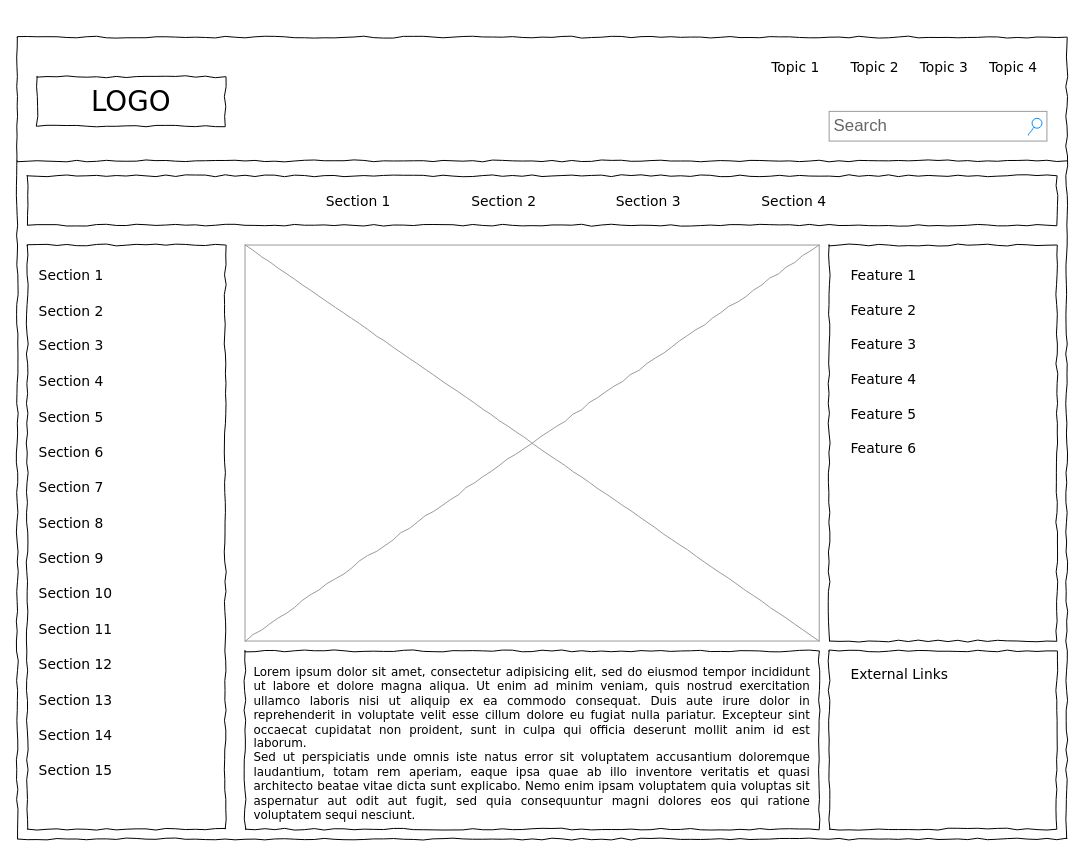
Janani-Manoharan/CovidDots keeps this draw.io diagram as Untitled Diagram.drawio. Above is the earlier version. Source tidied: cells renumbered, new cells numbered last; positions are measured from the earlier drawing's top-left corner, leaving out a move shared by most shapes. Both pictures are drawn from the tidied source at 99%, with x=0, y=0 at pixel (17, 37). Pictures stored in the file or linked from it are replaced by grey dashed boxes.
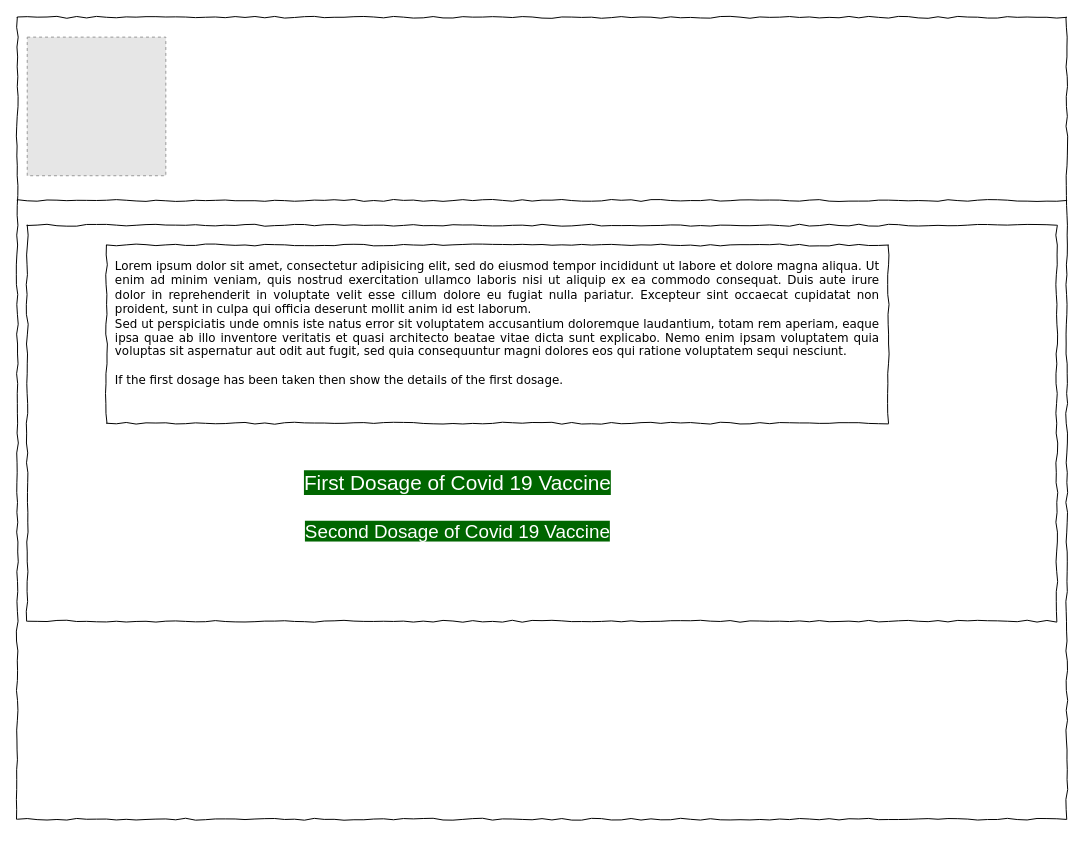
Above is the later version.

What changed in the source:
```diff
@@
     <mxCell id="2" style="whiteSpace=wrap;html=1;rounded=0;shadow=0;labelBackgroundColor=none;strokeColor=#000000;strokeWidth=1;fillColor=none;fontFamily=Verdana;fontSize=12;fontColor=#000000;align=center;comic=1;" parent="1" vertex="1">
-      <mxGeometry width="1060" height="810" as="geometry" />
+      <mxGeometry y="-20" width="1060" height="810" as="geometry" />
     </mxCell>
-    <mxCell id="3" value="LOGO" style="whiteSpace=wrap;html=1;rounded=0;shadow=0;labelBackgroundColor=none;strokeWidth=1;fontFamily=Verdana;fontSize=28;align=center;comic=1;" parent="1" vertex="1">
-      <mxGeometry x="20" y="40" width="190" height="50" as="geometry" />
-    </mxCell>
-    <mxCell id="4" value="Search" style="strokeWidth=1;shadow=0;dashed=0;align=center;html=1;shape=mxgraph.mockup.forms.searchBox;strokeColor=#999999;mainText=;strokeColor2=#008cff;fontColor=#666666;fontSize=17;align=left;spacingLeft=3;rounded=0;labelBackgroundColor=none;comic=1;" parent="1" vertex="1">
-      <mxGeometry x="820" y="75" width="220" height="30" as="geometry" />
-    </mxCell>
-    <mxCell id="5" value="Topic 1" style="text;html=1;align=left;verticalAlign=top;spacingTop=-4;fontSize=14;fontFamily=Verdana;" parent="1" vertex="1">
-      <mxGeometry x="760" y="20" width="60" height="20" as="geometry" />
-    </mxCell>
-    <mxCell id="6" value="Topic 2" style="text;html=1;align=left;verticalAlign=top;spacingTop=-4;fontSize=14;fontFamily=Verdana;" parent="1" vertex="1">
-      <mxGeometry x="840" y="20" width="60" height="20" as="geometry" />
-    </mxCell>
-    <mxCell id="7" value="Topic 3" style="text;html=1;align=left;verticalAlign=top;spacingTop=-4;fontSize=14;fontFamily=Verdana;" parent="1" vertex="1">
-      <mxGeometry x="910" y="20" width="60" height="20" as="geometry" />
-    </mxCell>
-    <mxCell id="8" value="Topic 4" style="text;html=1;align=left;verticalAlign=top;spacingTop=-4;fontSize=14;fontFamily=Verdana;" parent="1" vertex="1">
-      <mxGeometry x="980" y="20" width="60" height="20" as="geometry" />
-    </mxCell>
-    <mxCell id="9" style="whiteSpace=wrap;html=1;rounded=0;shadow=0;labelBackgroundColor=none;strokeWidth=1;fillColor=none;fontFamily=Verdana;fontSize=12;align=center;comic=1;" parent="1" vertex="1">
-      <mxGeometry x="10" y="210" width="200" height="590" as="geometry" />
-    </mxCell>
     <mxCell id="10" style="line;strokeWidth=1;html=1;rounded=0;shadow=0;labelBackgroundColor=none;fillColor=none;fontFamily=Verdana;fontSize=14;fontColor=#000000;align=center;comic=1;" parent="1" vertex="1">
-      <mxGeometry y="120" width="1060" height="10" as="geometry" />
+      <mxGeometry y="120" width="1060" height="90" as="geometry" />
     </mxCell>
     <mxCell id="11" style="whiteSpace=wrap;html=1;rounded=0;shadow=0;labelBackgroundColor=none;strokeWidth=1;fillColor=none;fontFamily=Verdana;fontSize=12;align=center;comic=1;" parent="1" vertex="1">
-      <mxGeometry x="10" y="140" width="1040" height="50" as="geometry" />
+      <mxGeometry x="10" y="190" width="1040" height="400" as="geometry" />
     </mxCell>
-    <mxCell id="12" value="Section 1" style="text;html=1;align=left;verticalAlign=top;spacingTop=-4;fontSize=14;fontFamily=Verdana;" parent="1" vertex="1">
-      <mxGeometry x="310" y="155" width="60" height="20" as="geometry" />
-    </mxCell>
-    <mxCell id="13" value="Section 2" style="text;html=1;align=left;verticalAlign=top;spacingTop=-4;fontSize=14;fontFamily=Verdana;" parent="1" vertex="1">
-      <mxGeometry x="457" y="155" width="60" height="20" as="geometry" />
-    </mxCell>
-    <mxCell id="14" value="Section 3" style="text;html=1;align=left;verticalAlign=top;spacingTop=-4;fontSize=14;fontFamily=Verdana;" parent="1" vertex="1">
-      <mxGeometry x="603" y="155" width="60" height="20" as="geometry" />
-    </mxCell>
-    <mxCell id="15" value="Section 4" style="text;html=1;align=left;verticalAlign=top;spacingTop=-4;fontSize=14;fontFamily=Verdana;" parent="1" vertex="1">
-      <mxGeometry x="750" y="155" width="60" height="20" as="geometry" />
-    </mxCell>
-    <mxCell id="16" value="&lt;div style=&quot;text-align: justify&quot;&gt;&lt;span&gt;Lorem ipsum dolor sit amet, consectetur adipisicing elit, sed do eiusmod tempor incididunt ut labore et dolore magna aliqua. Ut enim ad minim veniam, quis nostrud exercitation ullamco laboris nisi ut aliquip ex ea commodo consequat. Duis aute irure dolor in reprehenderit in voluptate velit esse cillum dolore eu fugiat nulla pariatur. Excepteur sint occaecat cupidatat non proident, sunt in culpa qui officia deserunt mollit anim id est laborum.&lt;/span&gt;&lt;/div&gt;&lt;div style=&quot;text-align: justify&quot;&gt;&lt;span&gt;Sed ut perspiciatis unde omnis iste natus error sit voluptatem accusantium doloremque laudantium, totam rem aperiam, eaque ipsa quae ab illo inventore veritatis et quasi architecto beatae vitae dicta sunt explicabo. Nemo enim ipsam voluptatem quia voluptas sit aspernatur aut odit aut fugit, sed quia consequuntur magni dolores eos qui ratione voluptatem sequi nesciunt.&amp;nbsp;&lt;/span&gt;&lt;/div&gt;" style="whiteSpace=wrap;html=1;rounded=0;shadow=0;labelBackgroundColor=none;strokeWidth=1;fillColor=none;fontFamily=Verdana;fontSize=12;align=center;verticalAlign=top;spacing=10;comic=1;" parent="1" vertex="1">
-      <mxGeometry x="230" y="620" width="580" height="180" as="geometry" />
+    <mxCell id="16" value="&lt;div style=&quot;text-align: justify&quot;&gt;&lt;span&gt;Lorem ipsum dolor sit amet, consectetur adipisicing elit, sed do eiusmod tempor incididunt ut labore et dolore magna aliqua. Ut enim ad minim veniam, quis nostrud exercitation ullamco laboris nisi ut aliquip ex ea commodo consequat. Duis aute irure dolor in reprehenderit in voluptate velit esse cillum dolore eu fugiat nulla pariatur. Excepteur sint occaecat cupidatat non proident, sunt in culpa qui officia deserunt mollit anim id est laborum.&lt;/span&gt;&lt;/div&gt;&lt;div style=&quot;text-align: justify&quot;&gt;&lt;span&gt;Sed ut perspiciatis unde omnis iste natus error sit voluptatem accusantium doloremque laudantium, totam rem aperiam, eaque ipsa quae ab illo inventore veritatis et quasi architecto beatae vitae dicta sunt explicabo. Nemo enim ipsam voluptatem quia voluptas sit aspernatur aut odit aut fugit, sed quia consequuntur magni dolores eos qui ratione voluptatem sequi nesciunt.&amp;nbsp;&lt;/span&gt;&lt;/div&gt;&lt;div style=&quot;text-align: justify&quot;&gt;&lt;span&gt;&lt;br&gt;&lt;/span&gt;&lt;/div&gt;&lt;div style=&quot;text-align: justify&quot;&gt;If the first dosage has been taken then show the details of the first dosage.&amp;nbsp;&lt;/div&gt;" style="whiteSpace=wrap;html=1;rounded=0;shadow=0;labelBackgroundColor=none;strokeWidth=1;fillColor=none;fontFamily=Verdana;fontSize=12;align=center;verticalAlign=top;spacing=10;comic=1;" parent="1" vertex="1">
+      <mxGeometry x="90" y="210" width="790" height="180" as="geometry" />
     </mxCell>
-    <mxCell id="17" style="verticalLabelPosition=bottom;shadow=0;dashed=0;align=center;html=1;verticalAlign=top;strokeWidth=1;shape=mxgraph.mockup.graphics.simpleIcon;strokeColor=#999999;rounded=0;labelBackgroundColor=none;fontFamily=Verdana;fontSize=14;fontColor=#000000;comic=1;" parent="1" vertex="1">
-      <mxGeometry x="230" y="210" width="580" height="400" as="geometry" />
-    </mxCell>
-    <mxCell id="18" style="whiteSpace=wrap;html=1;rounded=0;shadow=0;labelBackgroundColor=none;strokeWidth=1;fillColor=none;fontFamily=Verdana;fontSize=12;align=center;comic=1;" parent="1" vertex="1">
-      <mxGeometry x="820" y="210" width="230" height="400" as="geometry" />
-    </mxCell>
-    <mxCell id="19" style="whiteSpace=wrap;html=1;rounded=0;shadow=0;labelBackgroundColor=none;strokeWidth=1;fillColor=none;fontFamily=Verdana;fontSize=12;align=center;comic=1;" parent="1" vertex="1">
-      <mxGeometry x="820" y="620" width="230" height="180" as="geometry" />
-    </mxCell>
-    <mxCell id="20" value="Section 1" style="text;html=1;align=left;verticalAlign=top;spacingTop=-4;fontSize=14;fontFamily=Verdana;" parent="1" vertex="1">
-      <mxGeometry x="20" y="230" width="170" height="20" as="geometry" />
-    </mxCell>
-    <mxCell id="21" value="Section 2" style="text;html=1;align=left;verticalAlign=top;spacingTop=-4;fontSize=14;fontFamily=Verdana;" parent="1" vertex="1">
-      <mxGeometry x="20" y="266" width="170" height="20" as="geometry" />
-    </mxCell>
-    <mxCell id="22" value="Section 3" style="text;html=1;align=left;verticalAlign=top;spacingTop=-4;fontSize=14;fontFamily=Verdana;" parent="1" vertex="1">
-      <mxGeometry x="20" y="301" width="170" height="20" as="geometry" />
-    </mxCell>
-    <mxCell id="23" value="Section 4" style="text;html=1;align=left;verticalAlign=top;spacingTop=-4;fontSize=14;fontFamily=Verdana;" parent="1" vertex="1">
-      <mxGeometry x="20" y="337" width="170" height="20" as="geometry" />
-    </mxCell>
-    <mxCell id="24" value="Section 7" style="text;html=1;align=left;verticalAlign=top;spacingTop=-4;fontSize=14;fontFamily=Verdana;" parent="1" vertex="1">
-      <mxGeometry x="20" y="444" width="170" height="20" as="geometry" />
-    </mxCell>
-    <mxCell id="25" value="Section 8" style="text;html=1;align=left;verticalAlign=top;spacingTop=-4;fontSize=14;fontFamily=Verdana;" parent="1" vertex="1">
-      <mxGeometry x="20" y="480" width="170" height="20" as="geometry" />
-    </mxCell>
-    <mxCell id="26" value="Section 9" style="text;html=1;align=left;verticalAlign=top;spacingTop=-4;fontSize=14;fontFamily=Verdana;" parent="1" vertex="1">
-      <mxGeometry x="20" y="516" width="170" height="20" as="geometry" />
-    </mxCell>
-    <mxCell id="27" value="Section 10" style="text;html=1;align=left;verticalAlign=top;spacingTop=-4;fontSize=14;fontFamily=Verdana;" parent="1" vertex="1">
-      <mxGeometry x="20" y="551" width="170" height="20" as="geometry" />
-    </mxCell>
-    <mxCell id="28" value="Section 11" style="text;html=1;align=left;verticalAlign=top;spacingTop=-4;fontSize=14;fontFamily=Verdana;" parent="1" vertex="1">
-      <mxGeometry x="20" y="587" width="170" height="20" as="geometry" />
-    </mxCell>
-    <mxCell id="29" value="Section 12" style="text;html=1;align=left;verticalAlign=top;spacingTop=-4;fontSize=14;fontFamily=Verdana;" parent="1" vertex="1">
-      <mxGeometry x="20" y="623" width="170" height="20" as="geometry" />
-    </mxCell>
-    <mxCell id="30" value="Section 13" style="text;html=1;align=left;verticalAlign=top;spacingTop=-4;fontSize=14;fontFamily=Verdana;" parent="1" vertex="1">
-      <mxGeometry x="20" y="659" width="170" height="20" as="geometry" />
-    </mxCell>
-    <mxCell id="31" value="Section 14" style="text;html=1;align=left;verticalAlign=top;spacingTop=-4;fontSize=14;fontFamily=Verdana;" parent="1" vertex="1">
-      <mxGeometry x="20" y="694" width="170" height="20" as="geometry" />
-    </mxCell>
-    <mxCell id="32" value="Section 5" style="text;html=1;align=left;verticalAlign=top;spacingTop=-4;fontSize=14;fontFamily=Verdana;" parent="1" vertex="1">
-      <mxGeometry x="20" y="373" width="170" height="20" as="geometry" />
-    </mxCell>
-    <mxCell id="33" value="Section 6" style="text;html=1;align=left;verticalAlign=top;spacingTop=-4;fontSize=14;fontFamily=Verdana;" parent="1" vertex="1">
-      <mxGeometry x="20" y="409" width="170" height="20" as="geometry" />
-    </mxCell>
-    <mxCell id="34" value="Section 15" style="text;html=1;align=left;verticalAlign=top;spacingTop=-4;fontSize=14;fontFamily=Verdana;" parent="1" vertex="1">
-      <mxGeometry x="20" y="730" width="170" height="20" as="geometry" />
-    </mxCell>
-    <mxCell id="35" value="External Links" style="text;html=1;align=left;verticalAlign=top;spacingTop=-4;fontSize=14;fontFamily=Verdana;" parent="1" vertex="1">
-      <mxGeometry x="840" y="633" width="170" height="20" as="geometry" />
-    </mxCell>
-    <mxCell id="36" value="Feature 1" style="text;html=1;align=left;verticalAlign=top;spacingTop=-4;fontSize=14;fontFamily=Verdana;" parent="1" vertex="1">
-      <mxGeometry x="840" y="230" width="170" height="20" as="geometry" />
-    </mxCell>
-    <mxCell id="37" value="Feature 2" style="text;html=1;align=left;verticalAlign=top;spacingTop=-4;fontSize=14;fontFamily=Verdana;" parent="1" vertex="1">
-      <mxGeometry x="840" y="265" width="170" height="20" as="geometry" />
-    </mxCell>
-    <mxCell id="38" value="Feature 3" style="text;html=1;align=left;verticalAlign=top;spacingTop=-4;fontSize=14;fontFamily=Verdana;" parent="1" vertex="1">
-      <mxGeometry x="840" y="300" width="170" height="20" as="geometry" />
-    </mxCell>
-    <mxCell id="39" value="Feature 4" style="text;html=1;align=left;verticalAlign=top;spacingTop=-4;fontSize=14;fontFamily=Verdana;" parent="1" vertex="1">
-      <mxGeometry x="840" y="335" width="170" height="20" as="geometry" />
-    </mxCell>
-    <mxCell id="40" value="Feature 5" style="text;html=1;align=left;verticalAlign=top;spacingTop=-4;fontSize=14;fontFamily=Verdana;" parent="1" vertex="1">
-      <mxGeometry x="840" y="370" width="170" height="20" as="geometry" />
-    </mxCell>
-    <mxCell id="41" value="Feature 6" style="text;html=1;align=left;verticalAlign=top;spacingTop=-4;fontSize=14;fontFamily=Verdana;" parent="1" vertex="1">
-      <mxGeometry x="840" y="405" width="170" height="20" as="geometry" />
-    </mxCell>
+    <mxCell id="42" style="fillColor=#E6E6E6;strokeColor=#999999;dashed=1;verticalLabelPosition=bottom;verticalAlign=top;" parent="1" vertex="1">
+      <mxGeometry x="10" width="140" height="140" as="geometry" />
+    </mxCell>
+    <mxCell id="43" value="First Dosage of Covid 19 Vaccine" style="text;html=1;strokeColor=none;fillColor=none;align=center;verticalAlign=middle;whiteSpace=wrap;rounded=0;labelBackgroundColor=#006600;fontSize=21;fontColor=#FFFFFF;" parent="1" vertex="1">
+      <mxGeometry x="250" y="440" width="390" height="20" as="geometry" />
+    </mxCell>
+    <mxCell id="44" value="&lt;font style=&quot;font-size: 19px ; background-color: rgb(0 , 102 , 0)&quot; color=&quot;#ffffff&quot;&gt;Second Dosage of Covid 19 Vaccine&lt;/font&gt;" style="text;html=1;strokeColor=none;fillColor=none;align=center;verticalAlign=middle;whiteSpace=wrap;rounded=0;" parent="1" vertex="1">
+      <mxGeometry x="250" y="490" width="390" height="20" as="geometry" />
+    </mxCell>
```
